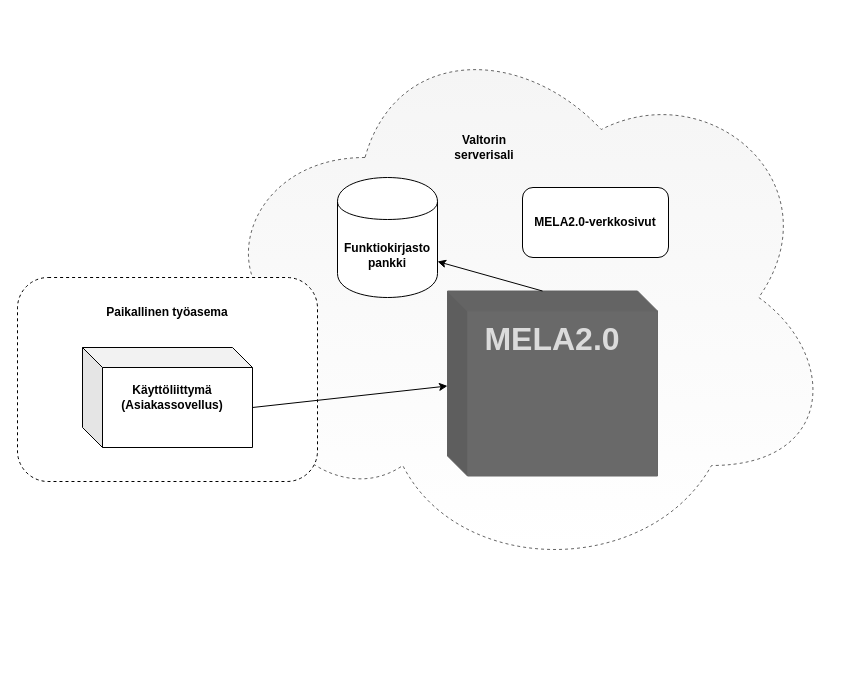
The draw.io diagram Figures/Yleiskuvaus.drawio in R1pe/MELA2.0-Users, before the edit. Source tidied: cells renumbered, new cells numbered last; positions are measured from the earlier drawing's top-left corner, leaving out a move shared by most shapes. Both pictures are drawn from the tidied source at 100%, with x=0, y=0 at pixel (17, 17).
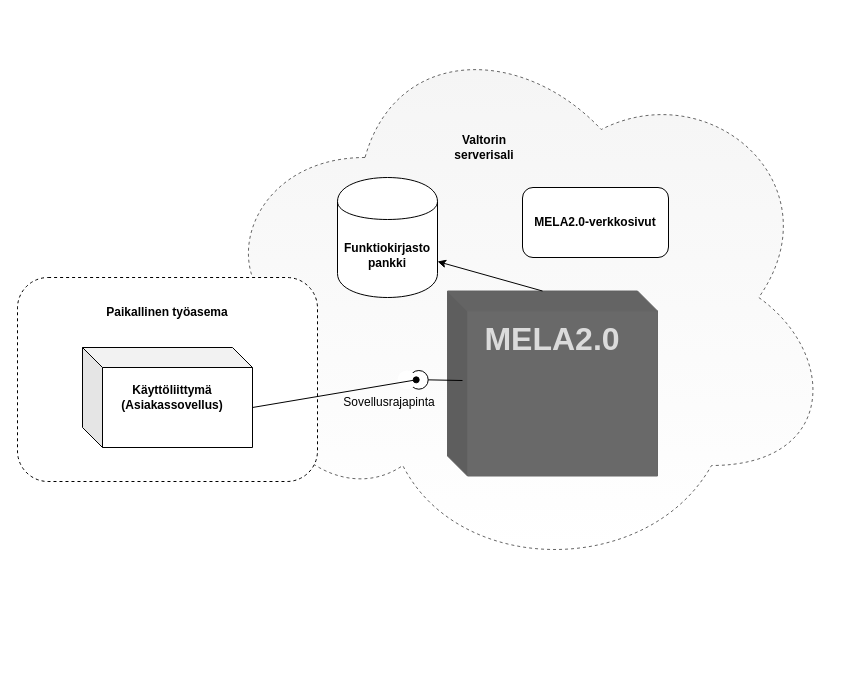
Above is the later version.

Commit message (it also covers changes not shown here):
Yleiskuvaus: added API between UI and MELA2.0

Unchanged cells that the change refers to:
```xml
<mxCell id="6" style="shape=cube;whiteSpace=wrap;html=1;boundedLbl=1;backgroundOutline=1;darkOpacity=0.05;darkOpacity2=0.1;fontSize=12;fillColor=#696969;strokeColor=#666666;fontColor=#333333;" parent="5" vertex="1">
  <mxGeometry width="210" height="185" as="geometry" />
</mxCell>
<mxCell id="10" style="shape=cube;whiteSpace=wrap;html=1;boundedLbl=1;backgroundOutline=1;darkOpacity=0.05;darkOpacity2=0.1;fontSize=12;" parent="9" vertex="1">
  <mxGeometry width="170" height="100" as="geometry" />
</mxCell>
```

What changed in the source:
```diff
@@
-    <mxCell id="8" style="edgeStyle=none;rounded=0;jettySize=auto;html=1;exitX=0;exitY=0;exitDx=170;exitDy=60;exitPerimeter=0;entryX=0;entryY=0;entryDx=0;entryDy=95;entryPerimeter=0;" parent="1" edge="1" source="10" target="6">
-      <mxGeometry relative="1" as="geometry" />
-    </mxCell>
@@
+    <mxCell id="17" style="group;direction=east;rotation=-90;" parent="1" vertex="1">
+      <mxGeometry x="400" y="327" width="20" height="70" as="geometry" />
+    </mxCell>
+    <mxCell id="18" style="group;direction=east;rotation=-90;" parent="17" vertex="1">
+      <mxGeometry x="-10" y="10" width="20" height="50" as="geometry" />
+    </mxCell>
+    <mxCell id="19" style="group;direction=east;rotation=-90;" parent="18" vertex="1">
+      <mxGeometry width="20" height="50" as="geometry" />
+    </mxCell>
+    <mxCell id="20" style="ellipse;whiteSpace=wrap;html=1;shadow=0;strokeColor=#000000;fillColor=#ffffff;direction=east;rotation=-90;" parent="19" vertex="1">
+      <mxGeometry x="2" y="16" width="18.7" height="18.7" as="geometry" />
+    </mxCell>
+    <mxCell id="21" style="ellipse;whiteSpace=wrap;html=1;shadow=0;strokeColor=none;fillColor=#ffffff;direction=east;rotation=-90;" parent="19" vertex="1">
+      <mxGeometry x="-10" y="16" width="18.7" height="18.7" as="geometry" />
+    </mxCell>
+    <mxCell id="22" style="endArrow=none;html=1;entryX=0.5;entryY=1;entryDx=0;entryDy=0;exitX=0.5;exitY=1;exitDx=0;exitDy=0;" parent="19" edge="1" target="20">
+      <mxGeometry relative="1" as="geometry">
+        <mxPoint x="55" y="26" as="sourcePoint" />
+      </mxGeometry>
+    </mxCell>
+    <mxCell id="8" style="edgeStyle=none;rounded=0;jettySize=auto;html=1;exitX=0;exitY=0;exitDx=170;exitDy=60;exitPerimeter=0;endArrow=oval;endFill=1;entryX=0.5;entryY=1;entryDx=0;entryDy=0;" parent="1" edge="1" source="10" target="21">
+      <mxGeometry relative="1" as="geometry" />
+    </mxCell>
+    <mxCell id="23" value="Sovellusrajapinta" style="text;html=1;strokeColor=none;fillColor=none;align=center;verticalAlign=middle;whiteSpace=wrap;rounded=0;shadow=0;" parent="1" vertex="1">
+      <mxGeometry x="352" y="374.5" width="40" height="20" as="geometry" />
+    </mxCell>
```
